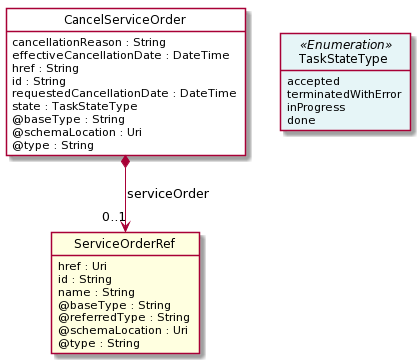
This is apis/TMF641_Service_Ordering/documentation/diagrams/Resource_CancelServiceOrder.png from tmforum-apis/Open_Api_And_Data_Model, a PlantUML export, as it was before one commit.
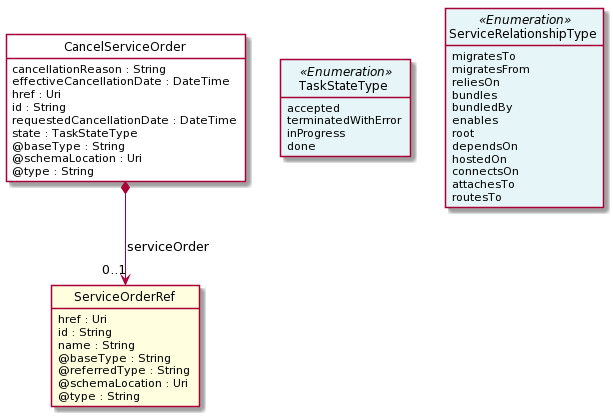
After the commit.

The edit, as a diff of the source:
```diff
@@ -13,7 +13,7 @@
 class CancelServiceOrder  <<Pivot>> {
     cancellationReason : String
     effectiveCancellationDate : DateTime
-    href : String
+    href : Uri
     id : String
     requestedCancellationDate : DateTime
     state : TaskStateType
@@ -27,6 +27,21 @@
     terminatedWithError
     inProgress
     done
+}
+
+class ServiceRelationshipType <<Enumeration>> {
+    migratesTo
+    migratesFrom
+    reliesOn
+    bundles
+    bundledBy
+    enables
+    root
+    dependsOn
+    hostedOn
+    connectsOn
+    attachesTo
+    routesTo
 }
 
 class ServiceOrderRef  <<Ref>> {
```
